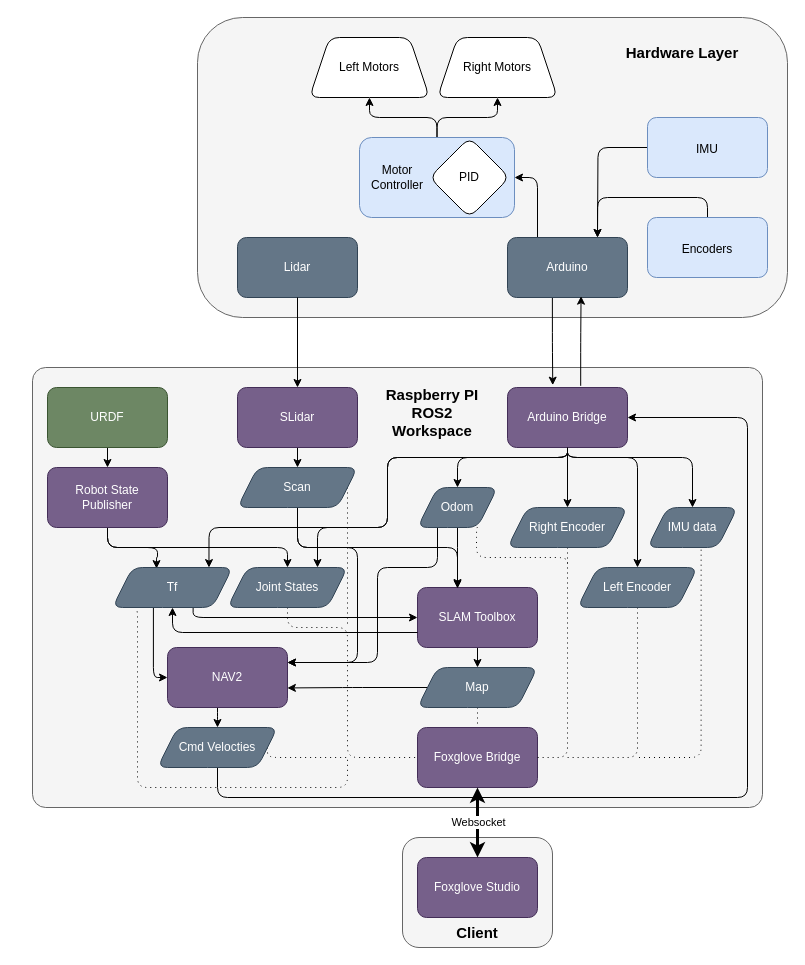
Gab1575/MREN203_Group9 keeps this draw.io diagram as ROSworkspaceOverview.drawio. Above is the earlier version. Source tidied: cells renumbered, new cells numbered last; positions are measured from the earlier drawing's top-left corner, leaving out a move shared by most shapes. Both pictures are drawn from the tidied source at 100%, with x=0, y=0 at pixel (32, 17).
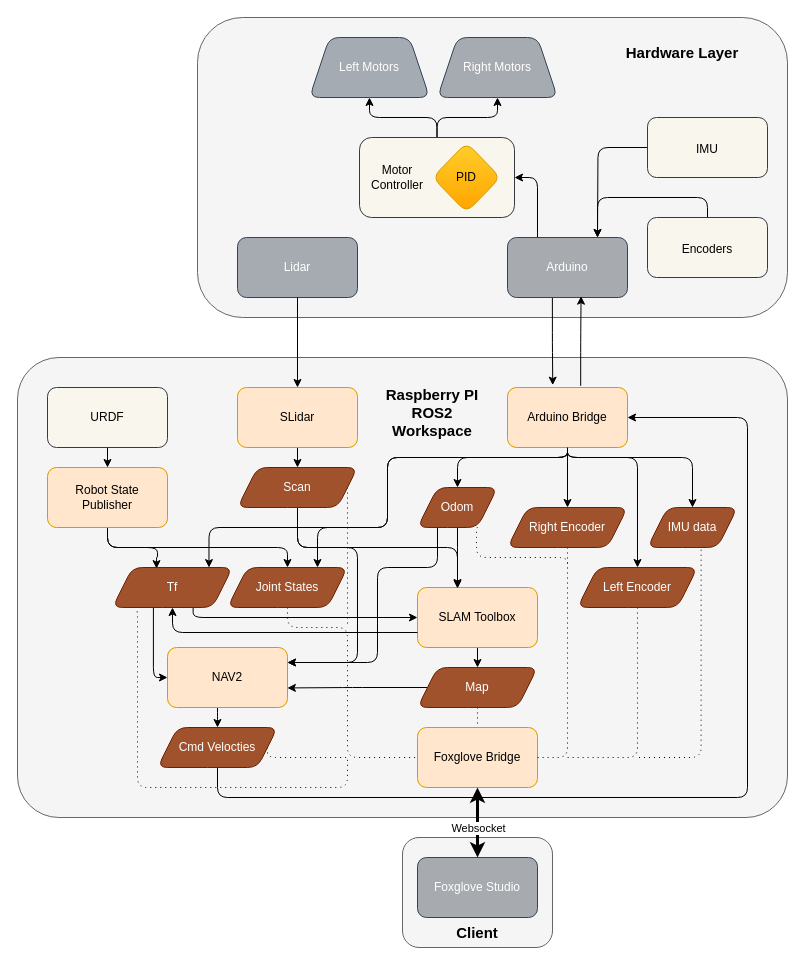
Above is the later version.

The change refers to these unchanged cells:
```xml
<mxCell id="55" style="edgeStyle=orthogonalEdgeStyle;rounded=1;jettySize=auto;html=1;exitX=0.5;exitY=1;exitDx=0;exitDy=0;strokeWidth=3;startArrow=classic;startFill=1;" parent="1" edge="1" source="22" target="53">
  <mxGeometry relative="1" as="geometry" />
</mxCell>
```

Diff of the diagram source:
```diff
@@
-    <mxCell id="2" style="rounded=1;whiteSpace=wrap;html=1;fillColor=#f5f5f5;fontColor=#333333;strokeColor=#666666;arcSize=3;" parent="1" vertex="1">
-      <mxGeometry y="350" width="730" height="440" as="geometry" />
+    <mxCell id="2" style="rounded=1;whiteSpace=wrap;html=1;fillColor=#f5f5f5;fontColor=#333333;strokeColor=#666666;arcSize=9;" parent="1" vertex="1">
+      <mxGeometry x="-15" y="340" width="770" height="460" as="geometry" />
     </mxCell>
@@
-    <mxCell id="4" value="Lidar" style="rounded=1;whiteSpace=wrap;html=1;fillColor=#647687;strokeColor=#314354;fontColor=#ffffff;" parent="1" vertex="1">
+    <mxCell id="4" value="Lidar" style="rounded=1;whiteSpace=wrap;html=1;fillColor=light-dark(#a6abb1, #7d8c9b);strokeColor=#314354;fontColor=#ffffff;" parent="1" vertex="1">
       <mxGeometry x="205" y="220" width="120" height="60" as="geometry" />
     </mxCell>
@@
-    <mxCell id="7" value="Arduino" style="rounded=1;whiteSpace=wrap;html=1;fillColor=#647687;strokeColor=#314354;fontColor=#ffffff;" parent="1" vertex="1">
+    <mxCell id="7" value="Arduino" style="rounded=1;whiteSpace=wrap;html=1;fillColor=light-dark(#a7abb0, #7d8c9b);strokeColor=#314354;fontColor=#ffffff;" parent="1" vertex="1">
       <mxGeometry x="475" y="220" width="120" height="60" as="geometry" />
     </mxCell>
@@
-    <mxCell id="9" value="SLidar" style="rounded=1;whiteSpace=wrap;html=1;fillColor=#76608a;fontColor=#ffffff;strokeColor=#432D57;" parent="1" vertex="1">
+    <mxCell id="9" value="SLidar" style="rounded=1;whiteSpace=wrap;html=1;fillColor=#ffe6cc;strokeColor=#d79b00;" parent="1" vertex="1">
       <mxGeometry x="205" y="370" width="120" height="60" as="geometry" />
     </mxCell>
@@
-    <mxCell id="16" value="Arduino Bridge" style="rounded=1;whiteSpace=wrap;html=1;fillColor=#76608a;fontColor=#ffffff;strokeColor=#432D57;" parent="1" vertex="1">
+    <mxCell id="16" value="Arduino Bridge" style="rounded=1;whiteSpace=wrap;html=1;fillColor=#ffe6cc;strokeColor=#d79b00;" parent="1" vertex="1">
       <mxGeometry x="475" y="370" width="120" height="60" as="geometry" />
     </mxCell>
@@
-    <mxCell id="18" value="SLAM Toolbox" style="rounded=1;whiteSpace=wrap;html=1;fillColor=#76608a;fontColor=#ffffff;strokeColor=#432D57;" parent="1" vertex="1">
+    <mxCell id="18" value="SLAM Toolbox" style="rounded=1;whiteSpace=wrap;html=1;fillColor=#ffe6cc;strokeColor=#d79b00;" parent="1" vertex="1">
       <mxGeometry x="385" y="570" width="120" height="60" as="geometry" />
     </mxCell>
@@
-    <mxCell id="21" value="Robot State&lt;div&gt;Publisher&lt;/div&gt;" style="rounded=1;whiteSpace=wrap;html=1;fillColor=#76608a;fontColor=#ffffff;strokeColor=#432D57;" parent="1" vertex="1">
+    <mxCell id="21" value="Robot State&lt;div&gt;Publisher&lt;/div&gt;" style="rounded=1;whiteSpace=wrap;html=1;fillColor=#ffe6cc;strokeColor=#d79b00;" parent="1" vertex="1">
       <mxGeometry x="15" y="450" width="120" height="60" as="geometry" />
     </mxCell>
-    <mxCell id="22" value="Foxglove Bridge" style="rounded=1;whiteSpace=wrap;html=1;fillColor=#76608a;fontColor=#ffffff;strokeColor=#432D57;" parent="1" vertex="1">
+    <mxCell id="22" value="Foxglove Bridge" style="rounded=1;whiteSpace=wrap;html=1;fillColor=#ffe6cc;strokeColor=#d79b00;" parent="1" vertex="1">
       <mxGeometry x="385" y="710" width="120" height="60" as="geometry" />
     </mxCell>
@@
-    <mxCell id="26" value="Odom" style="shape=parallelogram;perimeter=parallelogramPerimeter;whiteSpace=wrap;html=1;fixedSize=1;fillColor=#647687;fontColor=#ffffff;strokeColor=#314354;rounded=1;" parent="1" vertex="1">
+    <mxCell id="26" value="Odom" style="shape=parallelogram;perimeter=parallelogramPerimeter;whiteSpace=wrap;html=1;fixedSize=1;fillColor=#a0522d;fontColor=#ffffff;strokeColor=#6D1F00;rounded=1;" parent="1" vertex="1">
       <mxGeometry x="385" y="470" width="80" height="40" as="geometry" />
     </mxCell>
@@
-    <mxCell id="28" value="Right Encoder" style="shape=parallelogram;perimeter=parallelogramPerimeter;whiteSpace=wrap;html=1;fixedSize=1;fillColor=#647687;fontColor=#ffffff;strokeColor=#314354;rounded=1;" parent="1" vertex="1">
+    <mxCell id="28" value="Right Encoder" style="shape=parallelogram;perimeter=parallelogramPerimeter;whiteSpace=wrap;html=1;fixedSize=1;fillColor=#a0522d;fontColor=#ffffff;strokeColor=#6D1F00;rounded=1;" parent="1" vertex="1">
       <mxGeometry x="475" y="490" width="120" height="40" as="geometry" />
     </mxCell>
@@
-    <mxCell id="30" value="Left Encoder" style="shape=parallelogram;perimeter=parallelogramPerimeter;whiteSpace=wrap;html=1;fixedSize=1;fillColor=#647687;fontColor=#ffffff;strokeColor=#314354;rounded=1;" parent="1" vertex="1">
+    <mxCell id="30" value="Left Encoder" style="shape=parallelogram;perimeter=parallelogramPerimeter;whiteSpace=wrap;html=1;fixedSize=1;fillColor=#a0522d;fontColor=#ffffff;strokeColor=#6D1F00;rounded=1;" parent="1" vertex="1">
       <mxGeometry x="545" y="550" width="120" height="40" as="geometry" />
     </mxCell>
@@
-    <mxCell id="32" value="IMU data" style="shape=parallelogram;perimeter=parallelogramPerimeter;whiteSpace=wrap;html=1;fixedSize=1;fillColor=#647687;fontColor=#ffffff;strokeColor=#314354;rounded=1;" parent="1" vertex="1">
+    <mxCell id="32" value="IMU data" style="shape=parallelogram;perimeter=parallelogramPerimeter;whiteSpace=wrap;html=1;fixedSize=1;fillColor=#a0522d;fontColor=#ffffff;strokeColor=#6D1F00;rounded=1;" parent="1" vertex="1">
       <mxGeometry x="615" y="490" width="90" height="40" as="geometry" />
     </mxCell>
@@
-    <mxCell id="34" value="Joint States" style="shape=parallelogram;perimeter=parallelogramPerimeter;whiteSpace=wrap;html=1;fixedSize=1;fillColor=#647687;fontColor=#ffffff;strokeColor=#314354;rounded=1;" parent="1" vertex="1">
+    <mxCell id="34" value="Joint States" style="shape=parallelogram;perimeter=parallelogramPerimeter;whiteSpace=wrap;html=1;fixedSize=1;fillColor=#a0522d;fontColor=#ffffff;strokeColor=#6D1F00;rounded=1;" parent="1" vertex="1">
       <mxGeometry x="195" y="550" width="120" height="40" as="geometry" />
     </mxCell>
@@
-    <mxCell id="37" value="Map" style="shape=parallelogram;perimeter=parallelogramPerimeter;whiteSpace=wrap;html=1;fixedSize=1;fillColor=#647687;fontColor=#ffffff;strokeColor=#314354;rounded=1;" parent="1" vertex="1">
+    <mxCell id="37" value="Map" style="shape=parallelogram;perimeter=parallelogramPerimeter;whiteSpace=wrap;html=1;fixedSize=1;fillColor=#a0522d;fontColor=#ffffff;strokeColor=#6D1F00;rounded=1;" parent="1" vertex="1">
       <mxGeometry x="385" y="650" width="120" height="40" as="geometry" />
     </mxCell>
@@
-    <mxCell id="41" value="Tf" style="shape=parallelogram;perimeter=parallelogramPerimeter;whiteSpace=wrap;html=1;fixedSize=1;fillColor=#647687;fontColor=#ffffff;strokeColor=#314354;rounded=1;" parent="1" vertex="1">
+    <mxCell id="41" value="Tf" style="shape=parallelogram;perimeter=parallelogramPerimeter;whiteSpace=wrap;html=1;fixedSize=1;fillColor=#a0522d;fontColor=#ffffff;strokeColor=#6D1F00;rounded=1;" parent="1" vertex="1">
       <mxGeometry x="80" y="550" width="120" height="40" as="geometry" />
     </mxCell>
@@
-    <mxCell id="45" value="Scan" style="shape=parallelogram;perimeter=parallelogramPerimeter;whiteSpace=wrap;html=1;fixedSize=1;fillColor=#647687;fontColor=#ffffff;strokeColor=#314354;rounded=1;" parent="1" vertex="1">
+    <mxCell id="45" value="Scan" style="shape=parallelogram;perimeter=parallelogramPerimeter;whiteSpace=wrap;html=1;fixedSize=1;fillColor=#a0522d;fontColor=#ffffff;strokeColor=#6D1F00;rounded=1;" parent="1" vertex="1">
       <mxGeometry x="205" y="450" width="120" height="40" as="geometry" />
     </mxCell>
@@
-    <mxCell id="50" value="URDF" style="rounded=1;whiteSpace=wrap;html=1;fillColor=#6d8764;fontColor=#ffffff;strokeColor=#3A5431;" parent="1" vertex="1">
+    <mxCell id="50" value="URDF" style="rounded=1;whiteSpace=wrap;html=1;fillColor=#f9f7ed;strokeColor=#36393d;" parent="1" vertex="1">
       <mxGeometry x="15" y="370" width="120" height="60" as="geometry" />
     </mxCell>
@@
-    <mxCell id="53" value="Foxglove Studio" style="rounded=1;whiteSpace=wrap;html=1;fillColor=#76608a;fontColor=#ffffff;strokeColor=#432D57;" parent="1" vertex="1">
+    <mxCell id="53" value="Foxglove Studio" style="rounded=1;whiteSpace=wrap;html=1;fillColor=light-dark(#a7abb0, #7d8c9b);strokeColor=#314354;fontColor=#ffffff;" parent="1" vertex="1">
       <mxGeometry x="385" y="840" width="120" height="60" as="geometry" />
     </mxCell>
@@
     <mxCell id="56" value="Websocket" style="edgeLabel;html=1;align=center;verticalAlign=middle;rounded=1;" parent="55" vertex="1">
-      <mxGeometry x="-0.04" relative="1" as="geometry" />
+      <mxGeometry x="-0.04" relative="1" as="geometry">
+        <mxPoint y="6" as="offset" />
+      </mxGeometry>
     </mxCell>
@@
-    <mxCell id="58" value="&lt;font style=&quot;font-size: 12px;&quot;&gt;IMU&lt;/font&gt;" style="rounded=1;whiteSpace=wrap;html=1;fillColor=#dae8fc;strokeColor=#6c8ebf;fontSize=15;" parent="1" vertex="1">
+    <mxCell id="58" value="&lt;font style=&quot;font-size: 12px;&quot;&gt;IMU&lt;/font&gt;" style="rounded=1;whiteSpace=wrap;html=1;fillColor=#f9f7ed;strokeColor=#36393d;fontSize=15;" parent="1" vertex="1">
       <mxGeometry x="615" y="100" width="120" height="60" as="geometry" />
     </mxCell>
@@
-    <mxCell id="60" value="&lt;font style=&quot;font-size: 12px;&quot;&gt;Encoders&lt;/font&gt;" style="rounded=1;whiteSpace=wrap;html=1;fillColor=#dae8fc;strokeColor=#6c8ebf;fontSize=15;" parent="1" vertex="1">
+    <mxCell id="60" value="&lt;font style=&quot;font-size: 12px;&quot;&gt;Encoders&lt;/font&gt;" style="rounded=1;whiteSpace=wrap;html=1;fillColor=#f9f7ed;strokeColor=#36393d;fontSize=15;" parent="1" vertex="1">
       <mxGeometry x="615" y="200" width="120" height="60" as="geometry" />
     </mxCell>
@@
-    <mxCell id="63" style="rounded=1;whiteSpace=wrap;html=1;fillColor=#dae8fc;strokeColor=#6c8ebf;fontSize=15;" parent="1" vertex="1">
+    <mxCell id="63" style="rounded=1;whiteSpace=wrap;html=1;fillColor=#f9f7ed;strokeColor=#36393d;fontSize=15;" parent="1" vertex="1">
       <mxGeometry x="327" y="120" width="155" height="80" as="geometry" />
     </mxCell>
-    <mxCell id="64" value="Left Motors" style="shape=trapezoid;perimeter=trapezoidPerimeter;whiteSpace=wrap;html=1;fixedSize=1;rounded=1;" parent="1" vertex="1">
+    <mxCell id="64" value="Left Motors" style="shape=trapezoid;perimeter=trapezoidPerimeter;whiteSpace=wrap;html=1;fixedSize=1;rounded=1;fillColor=light-dark(#a4abb2, #7d8c9b);strokeColor=#314354;fontColor=#ffffff;" parent="1" vertex="1">
       <mxGeometry x="277" y="20" width="120" height="60" as="geometry" />
     </mxCell>
-    <mxCell id="65" value="PID" style="rhombus;whiteSpace=wrap;html=1;rounded=1;" parent="1" vertex="1">
-      <mxGeometry x="397" y="120" width="80" height="80" as="geometry" />
+    <mxCell id="65" value="PID" style="rhombus;whiteSpace=wrap;html=1;rounded=1;fillColor=#ffcd28;strokeColor=#d79b00;gradientColor=#ffa500;" parent="1" vertex="1">
+      <mxGeometry x="400" y="125" width="68" height="70" as="geometry" />
     </mxCell>
-    <mxCell id="66" value="Right Motors" style="shape=trapezoid;perimeter=trapezoidPerimeter;whiteSpace=wrap;html=1;fixedSize=1;rounded=1;" parent="1" vertex="1">
+    <mxCell id="66" value="Right Motors" style="shape=trapezoid;perimeter=trapezoidPerimeter;whiteSpace=wrap;html=1;fixedSize=1;rounded=1;fillColor=light-dark(#a6abb1, #7d8c9b);strokeColor=#314354;fontColor=#ffffff;" parent="1" vertex="1">
       <mxGeometry x="405" y="20" width="120" height="60" as="geometry" />
     </mxCell>
@@
-    <mxCell id="70" value="NAV2" style="rounded=1;whiteSpace=wrap;html=1;fillColor=#76608a;fontColor=#ffffff;strokeColor=#432D57;" parent="1" vertex="1">
+    <mxCell id="70" value="NAV2" style="rounded=1;whiteSpace=wrap;html=1;fillColor=#ffe6cc;strokeColor=#d79b00;" parent="1" vertex="1">
       <mxGeometry x="135" y="630" width="120" height="60" as="geometry" />
     </mxCell>
@@
-    <mxCell id="73" value="Cmd Velocties" style="shape=parallelogram;perimeter=parallelogramPerimeter;whiteSpace=wrap;html=1;fixedSize=1;fillColor=#647687;fontColor=#ffffff;strokeColor=#314354;rounded=1;" parent="1" vertex="1">
+    <mxCell id="73" value="Cmd Velocties" style="shape=parallelogram;perimeter=parallelogramPerimeter;whiteSpace=wrap;html=1;fixedSize=1;fillColor=#a0522d;fontColor=#ffffff;strokeColor=#6D1F00;rounded=1;" parent="1" vertex="1">
       <mxGeometry x="125" y="710" width="120" height="40" as="geometry" />
     </mxCell>
```
